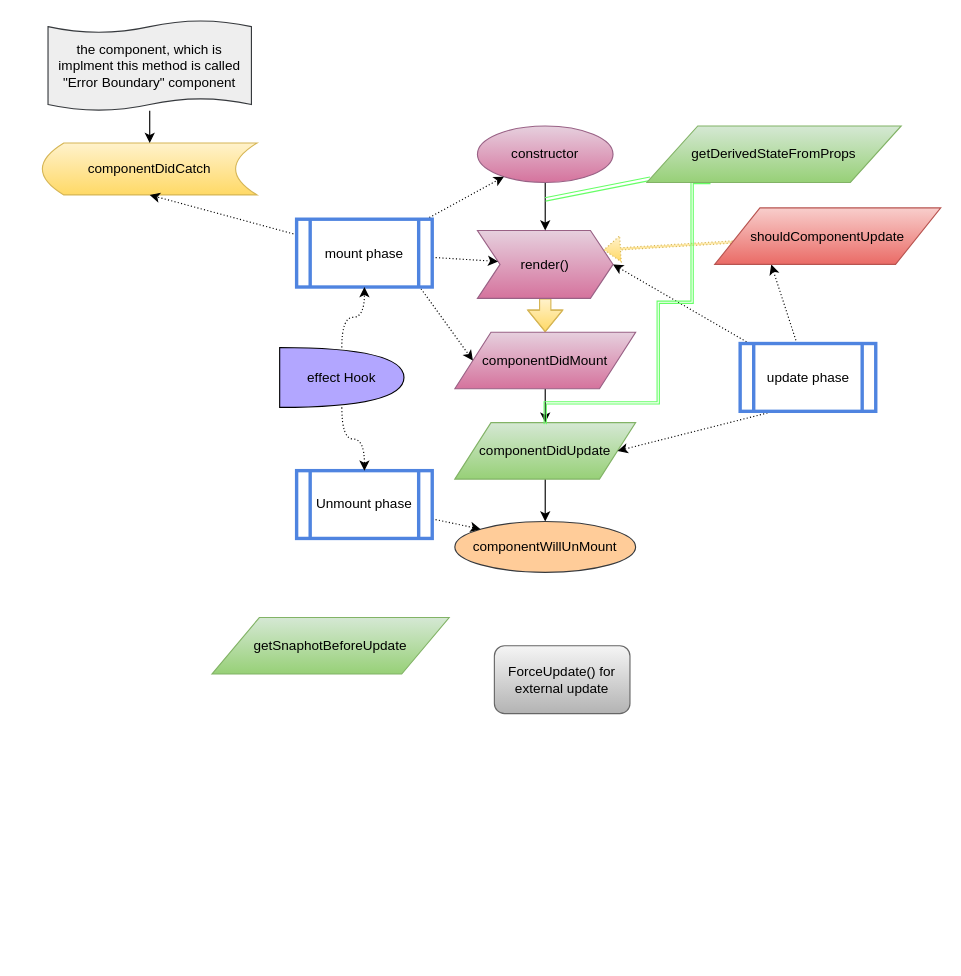
Before: My Articles/react/Component LifeCycle.drawio in anbarasan-raji/books, a draw.io diagram. Source tidied: cells renumbered, new cells numbered last; positions are measured from the earlier drawing's top-left corner, leaving out a move shared by most shapes. Both pictures are drawn from the tidied source at 113%, with x=0, y=0 at pixel (42, 20).
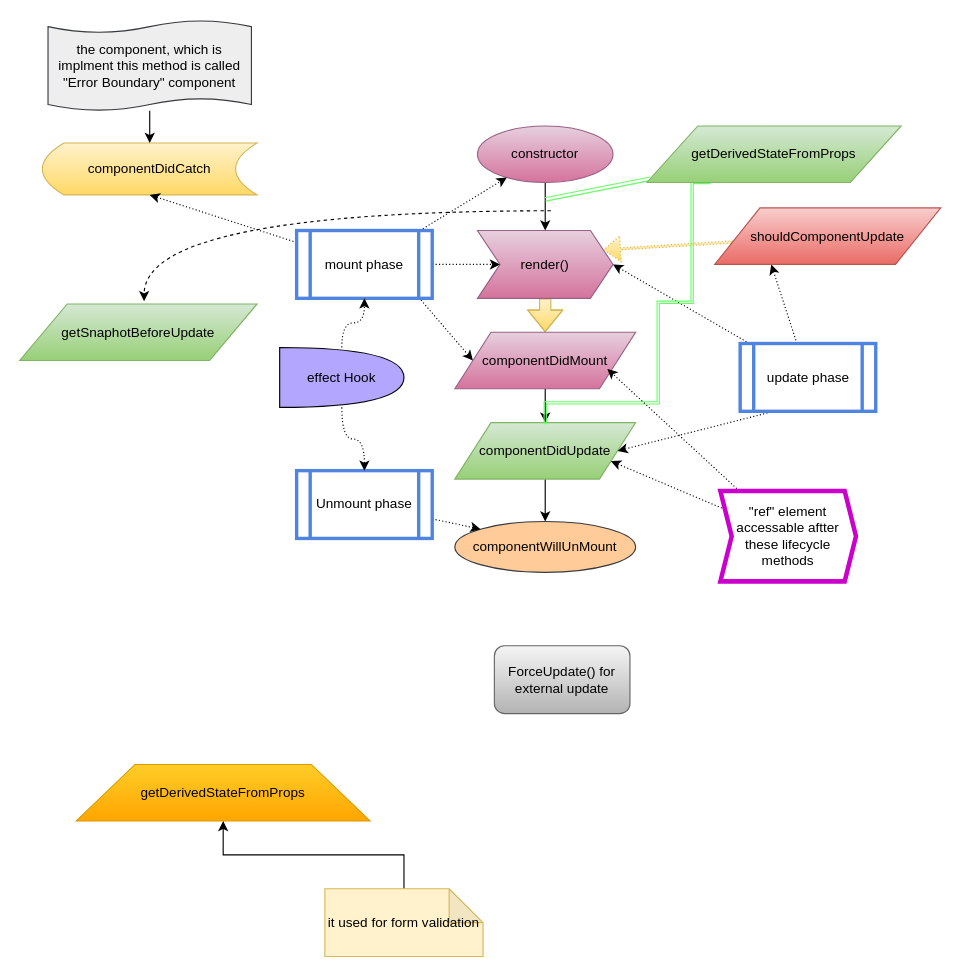
After the change.

Unchanged cells that the change refers to:
```xml
<mxCell id="8" value="componentDidUpdate" style="shape=parallelogram;perimeter=parallelogramPerimeter;whiteSpace=wrap;html=1;gradientColor=#97d077;fillColor=#d5e8d4;strokeColor=#82b366;" parent="1" vertex="1">
  <mxGeometry x="365" y="355.5" width="160" height="50" as="geometry" />
</mxCell>
```

Diff of the diagram source:
```diff
@@
     <mxCell id="17" value="mount phase" style="shape=process;whiteSpace=wrap;html=1;backgroundOutline=1;strokeWidth=3;strokeColor=#4F84E0;" parent="1" vertex="1">
-      <mxGeometry x="225" y="175.5" width="120" height="60" as="geometry" />
+      <mxGeometry x="225" y="185.5" width="120" height="60" as="geometry" />
     </mxCell>
@@
     <mxCell id="32" value="getSnaphotBeforeUpdate" style="shape=parallelogram;perimeter=parallelogramPerimeter;whiteSpace=wrap;html=1;gradientColor=#97d077;fillColor=#d5e8d4;strokeColor=#82b366;" parent="1" vertex="1">
-      <mxGeometry x="150" y="528" width="210" height="50" as="geometry" />
+      <mxGeometry x="-20" y="250.5" width="210" height="50" as="geometry" />
     </mxCell>
@@
+    <mxCell id="35" value="getDerivedStateFromProps" style="shape=trapezoid;perimeter=trapezoidPerimeter;whiteSpace=wrap;html=1;gradientColor=#ffa500;fillColor=#ffcd28;strokeColor=#d79b00;" parent="1" vertex="1">
+      <mxGeometry x="30" y="658" width="260" height="50" as="geometry" />
+    </mxCell>
+    <mxCell id="36" style="edgeStyle=orthogonalEdgeStyle;rounded=0;jettySize=auto;html=1;entryX=0.5;entryY=1;entryDx=0;entryDy=0;" parent="1" edge="1" source="37" target="35">
+      <mxGeometry relative="1" as="geometry" />
+    </mxCell>
+    <mxCell id="37" value="it used for form validation" style="shape=note;whiteSpace=wrap;html=1;backgroundOutline=1;darkOpacity=0.05;fillColor=#fff2cc;strokeColor=#d6b656;" parent="1" vertex="1">
+      <mxGeometry x="250" y="768" width="140" height="60" as="geometry" />
+    </mxCell>
+    <mxCell id="38" style="edgeStyle=none;rounded=0;jettySize=auto;html=1;dashed=1;dashPattern=1 2;" parent="1" edge="1" source="40">
+      <mxGeometry relative="1" as="geometry">
+        <mxPoint x="500" y="308" as="targetPoint" />
+      </mxGeometry>
+    </mxCell>
+    <mxCell id="39" style="edgeStyle=none;rounded=0;jettySize=auto;html=1;entryX=1;entryY=0.75;entryDx=0;entryDy=0;dashed=1;dashPattern=1 2;" parent="1" edge="1" source="40" target="8">
+      <mxGeometry relative="1" as="geometry" />
+    </mxCell>
+    <mxCell id="40" value="&quot;ref&quot; element accessable aftter these lifecycle methods" style="shape=step;perimeter=stepPerimeter;whiteSpace=wrap;html=1;fixedSize=1;size=10;strokeColor=#CC00CC;strokeWidth=4;" parent="1" vertex="1">
+      <mxGeometry x="600" y="416" width="120" height="80" as="geometry" />
+    </mxCell>
+    <mxCell id="41" style="endArrow=classic;html=1;edgeStyle=orthogonalEdgeStyle;curved=1;dashed=1;" parent="1" edge="1">
+      <mxGeometry relative="1" as="geometry">
+        <mxPoint x="450" y="168" as="sourcePoint" />
+        <mxPoint x="90" y="248" as="targetPoint" />
+      </mxGeometry>
+    </mxCell>
```
